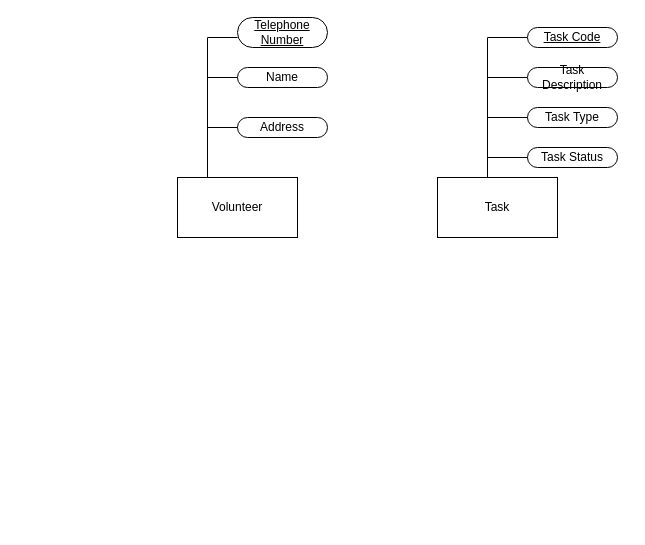
This is Question1.drawio from LukeYaxley/Database_Project, a draw.io file, before an edit. Source tidied: cells renumbered, new cells numbered last; positions are measured from the earlier drawing's top-left corner, leaving out a move shared by most shapes. Both pictures are drawn from the tidied source at 100%, with x=0, y=0 at pixel (177, 17).
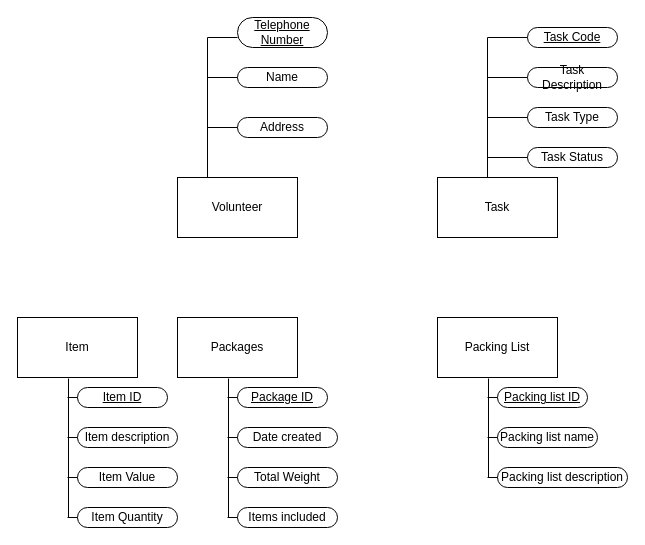
The same diagram, later.

Commit message:
Added Item, Packages and Packing List

Diff of the diagram source:
```diff
@@
+    <mxCell id="21" style="group;" parent="1" vertex="1">
+      <mxGeometry x="260" y="300" width="190" height="170" as="geometry" />
+    </mxCell>
+    <mxCell id="22" value="Packing List" style="rounded=0;whiteSpace=wrap;html=1;" parent="21" vertex="1">
+      <mxGeometry width="120" height="60" as="geometry" />
+    </mxCell>
+    <mxCell id="23" style="endArrow=none;html=1;rounded=0;entryX=0.425;entryY=1.017;entryDx=0;entryDy=0;entryPerimeter=0;" parent="21" edge="1" target="22">
+      <mxGeometry relative="1" as="geometry">
+        <mxPoint x="51" y="160" as="sourcePoint" />
+      </mxGeometry>
+    </mxCell>
+    <mxCell id="24" value="&lt;u&gt;Packing list ID&lt;/u&gt;" style="rounded=1;whiteSpace=wrap;html=1;arcSize=50;" parent="21" vertex="1">
+      <mxGeometry x="60" y="70" width="90" height="20" as="geometry" />
+    </mxCell>
+    <mxCell id="25" value="Packing list name" style="rounded=1;whiteSpace=wrap;html=1;arcSize=50;" parent="21" vertex="1">
+      <mxGeometry x="60" y="110" width="100" height="20" as="geometry" />
+    </mxCell>
+    <mxCell id="26" value="Packing list description" style="rounded=1;whiteSpace=wrap;html=1;arcSize=50;" parent="21" vertex="1">
+      <mxGeometry x="60" y="150" width="130" height="20" as="geometry" />
+    </mxCell>
+    <mxCell id="27" style="endArrow=none;html=1;rounded=0;" parent="21" edge="1">
+      <mxGeometry relative="1" as="geometry">
+        <mxPoint x="50" y="160" as="sourcePoint" />
+        <mxPoint x="60" y="160" as="targetPoint" />
+      </mxGeometry>
+    </mxCell>
+    <mxCell id="28" style="endArrow=none;html=1;rounded=0;entryX=0;entryY=0.5;entryDx=0;entryDy=0;" parent="21" edge="1" target="25">
+      <mxGeometry relative="1" as="geometry">
+        <mxPoint x="50" y="120" as="sourcePoint" />
+      </mxGeometry>
+    </mxCell>
+    <mxCell id="29" style="endArrow=none;html=1;rounded=0;entryX=0;entryY=0.5;entryDx=0;entryDy=0;" parent="21" edge="1" target="24">
+      <mxGeometry relative="1" as="geometry">
+        <mxPoint x="50" y="80" as="sourcePoint" />
+      </mxGeometry>
+    </mxCell>
+    <mxCell id="30" style="group;" parent="1" vertex="1">
+      <mxGeometry y="300" width="190" height="170" as="geometry" />
+    </mxCell>
+    <mxCell id="31" value="Packages" style="rounded=0;whiteSpace=wrap;html=1;" parent="30" vertex="1">
+      <mxGeometry width="120" height="60" as="geometry" />
+    </mxCell>
+    <mxCell id="32" style="endArrow=none;html=1;rounded=0;entryX=0.425;entryY=1.017;entryDx=0;entryDy=0;entryPerimeter=0;" parent="30" edge="1" target="31">
+      <mxGeometry relative="1" as="geometry">
+        <mxPoint x="51" y="200" as="sourcePoint" />
+      </mxGeometry>
+    </mxCell>
+    <mxCell id="33" value="&lt;u&gt;Package ID&lt;/u&gt;" style="rounded=1;whiteSpace=wrap;html=1;arcSize=50;" parent="30" vertex="1">
+      <mxGeometry x="60" y="70" width="90" height="20" as="geometry" />
+    </mxCell>
+    <mxCell id="34" value="Date created" style="rounded=1;whiteSpace=wrap;html=1;arcSize=50;" parent="30" vertex="1">
+      <mxGeometry x="60" y="110" width="100" height="20" as="geometry" />
+    </mxCell>
+    <mxCell id="35" value="Total Weight" style="rounded=1;whiteSpace=wrap;html=1;arcSize=50;" parent="30" vertex="1">
+      <mxGeometry x="60" y="150" width="100" height="20" as="geometry" />
+    </mxCell>
+    <mxCell id="36" style="endArrow=none;html=1;rounded=0;" parent="30" edge="1">
+      <mxGeometry relative="1" as="geometry">
+        <mxPoint x="50" y="160" as="sourcePoint" />
+        <mxPoint x="60" y="160" as="targetPoint" />
+      </mxGeometry>
+    </mxCell>
+    <mxCell id="37" style="endArrow=none;html=1;rounded=0;entryX=0;entryY=0.5;entryDx=0;entryDy=0;" parent="30" edge="1" target="34">
+      <mxGeometry relative="1" as="geometry">
+        <mxPoint x="50" y="120" as="sourcePoint" />
+      </mxGeometry>
+    </mxCell>
+    <mxCell id="38" style="endArrow=none;html=1;rounded=0;entryX=0;entryY=0.5;entryDx=0;entryDy=0;" parent="30" edge="1" target="33">
+      <mxGeometry relative="1" as="geometry">
+        <mxPoint x="50" y="80" as="sourcePoint" />
+      </mxGeometry>
+    </mxCell>
+    <mxCell id="39" style="group;" parent="1" vertex="1">
+      <mxGeometry x="-160" y="300" width="190" height="170" as="geometry" />
+    </mxCell>
+    <mxCell id="40" value="Item" style="rounded=0;whiteSpace=wrap;html=1;" parent="39" vertex="1">
+      <mxGeometry width="120" height="60" as="geometry" />
+    </mxCell>
+    <mxCell id="41" style="endArrow=none;html=1;rounded=0;entryX=0.425;entryY=1.017;entryDx=0;entryDy=0;entryPerimeter=0;" parent="39" edge="1" target="40">
+      <mxGeometry relative="1" as="geometry">
+        <mxPoint x="51" y="200" as="sourcePoint" />
+      </mxGeometry>
+    </mxCell>
+    <mxCell id="42" value="&lt;u&gt;Item ID&lt;/u&gt;" style="rounded=1;whiteSpace=wrap;html=1;arcSize=50;" parent="39" vertex="1">
+      <mxGeometry x="60" y="70" width="90" height="20" as="geometry" />
+    </mxCell>
+    <mxCell id="43" value="Item description" style="rounded=1;whiteSpace=wrap;html=1;arcSize=50;" parent="39" vertex="1">
+      <mxGeometry x="60" y="110" width="100" height="20" as="geometry" />
+    </mxCell>
+    <mxCell id="44" value="Item Value" style="rounded=1;whiteSpace=wrap;html=1;arcSize=50;" parent="39" vertex="1">
+      <mxGeometry x="60" y="150" width="100" height="20" as="geometry" />
+    </mxCell>
+    <mxCell id="45" style="endArrow=none;html=1;rounded=0;" parent="39" edge="1">
+      <mxGeometry relative="1" as="geometry">
+        <mxPoint x="50" y="160" as="sourcePoint" />
+        <mxPoint x="60" y="160" as="targetPoint" />
+      </mxGeometry>
+    </mxCell>
+    <mxCell id="46" style="endArrow=none;html=1;rounded=0;entryX=0;entryY=0.5;entryDx=0;entryDy=0;" parent="39" edge="1" target="43">
+      <mxGeometry relative="1" as="geometry">
+        <mxPoint x="50" y="120" as="sourcePoint" />
+      </mxGeometry>
+    </mxCell>
+    <mxCell id="47" style="endArrow=none;html=1;rounded=0;entryX=0;entryY=0.5;entryDx=0;entryDy=0;" parent="39" edge="1" target="42">
+      <mxGeometry relative="1" as="geometry">
+        <mxPoint x="50" y="80" as="sourcePoint" />
+      </mxGeometry>
+    </mxCell>
+    <mxCell id="48" value="Item Quantity" style="rounded=1;whiteSpace=wrap;html=1;arcSize=50;" parent="1" vertex="1">
+      <mxGeometry x="-100" y="490" width="100" height="20" as="geometry" />
+    </mxCell>
+    <mxCell id="49" style="endArrow=none;html=1;rounded=0;exitX=0;exitY=0.5;exitDx=0;exitDy=0;" parent="1" edge="1" source="48">
+      <mxGeometry relative="1" as="geometry">
+        <mxPoint x="-110" y="500" as="targetPoint" />
+      </mxGeometry>
+    </mxCell>
+    <mxCell id="50" value="Items included" style="rounded=1;whiteSpace=wrap;html=1;arcSize=50;" parent="1" vertex="1">
+      <mxGeometry x="60" y="490" width="100" height="20" as="geometry" />
+    </mxCell>
+    <mxCell id="51" style="endArrow=none;html=1;rounded=0;" parent="1" edge="1">
+      <mxGeometry relative="1" as="geometry">
+        <mxPoint x="50" y="500" as="sourcePoint" />
+        <mxPoint x="60" y="500" as="targetPoint" />
+      </mxGeometry>
+    </mxCell>
```
